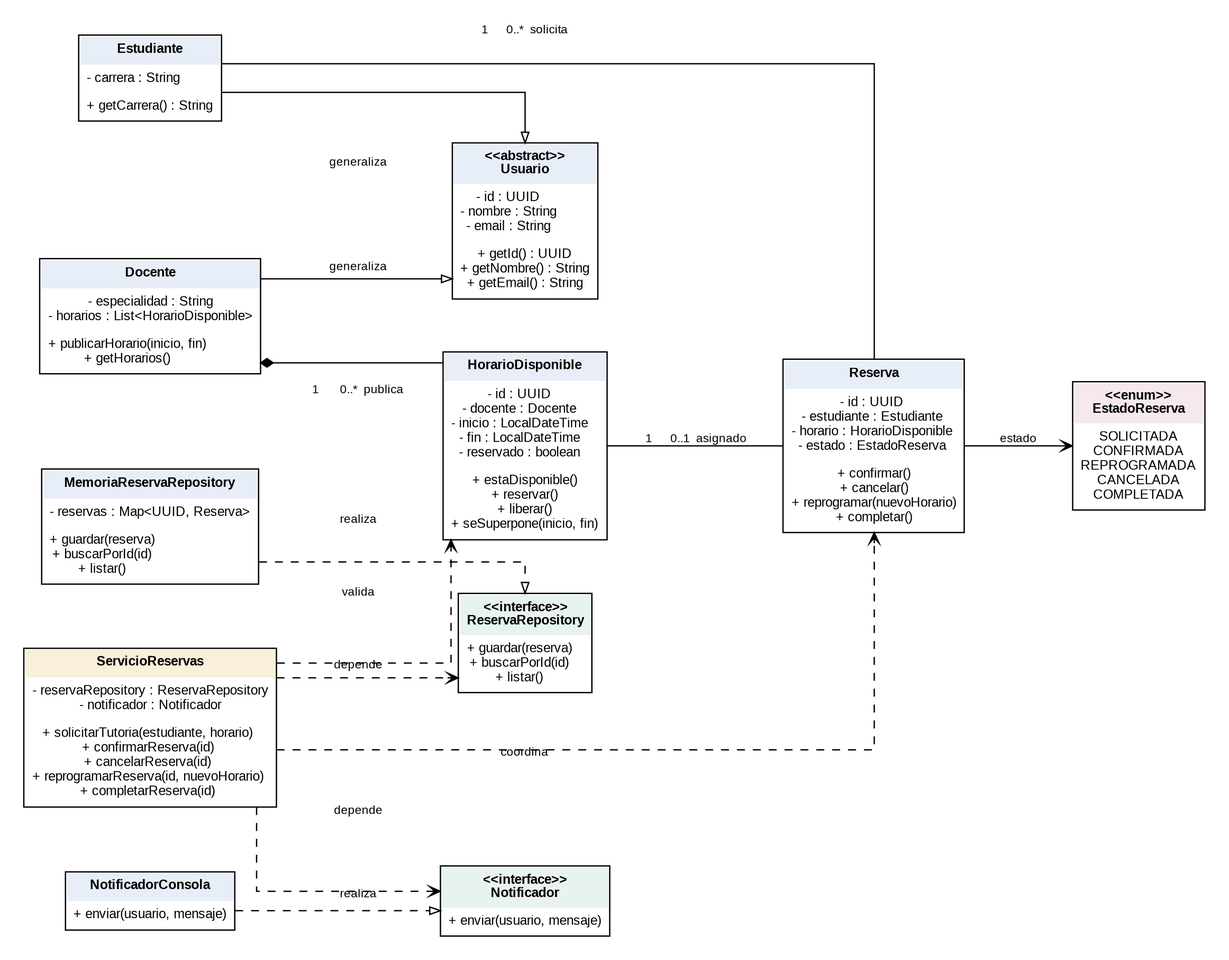
Earlier version of the Graphviz export docs/modelo-clases.png (erickgamarra-collab/sistema-tutorias). Its source is kept beside it as docs/modelo-clases.dot.
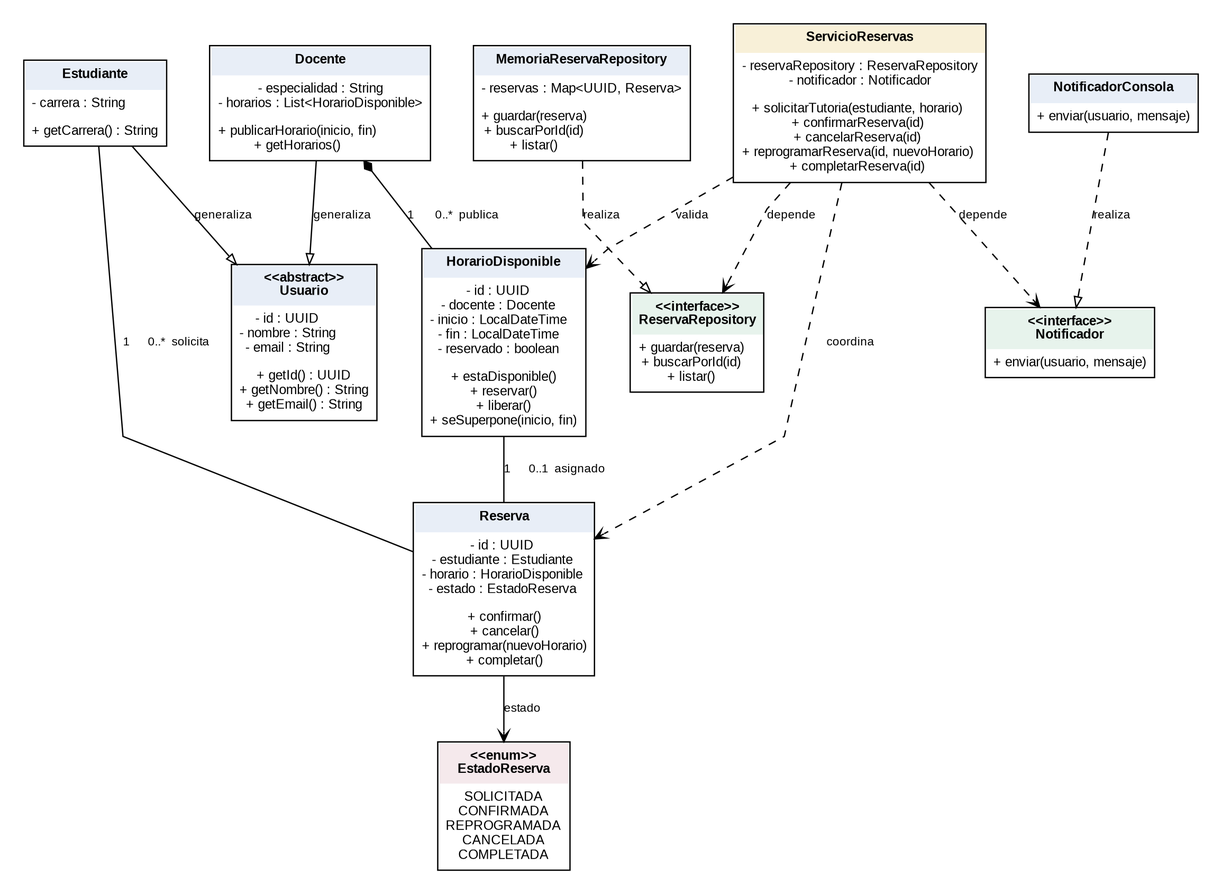
After the commit.

Commit message:
docs: mejorar legibilidad del diagrama UML

Diff of the diagram source:
```diff
@@ -1,5 +1,5 @@
 digraph UML {
-  graph [rankdir=LR, splines=ortho, nodesep=0.55, ranksep=0.75, bgcolor="white", pad=0.25];
+  graph [rankdir=TB, splines=polyline, nodesep=0.45, ranksep=0.55, bgcolor="white", pad=0.25];
   node [shape=plain, fontname="Arial", fontsize=10];
   edge [fontname="Arial", fontsize=9, arrowsize=0.8];
 
```
